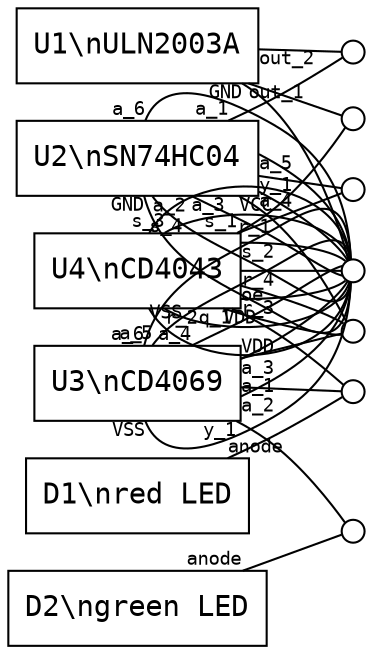
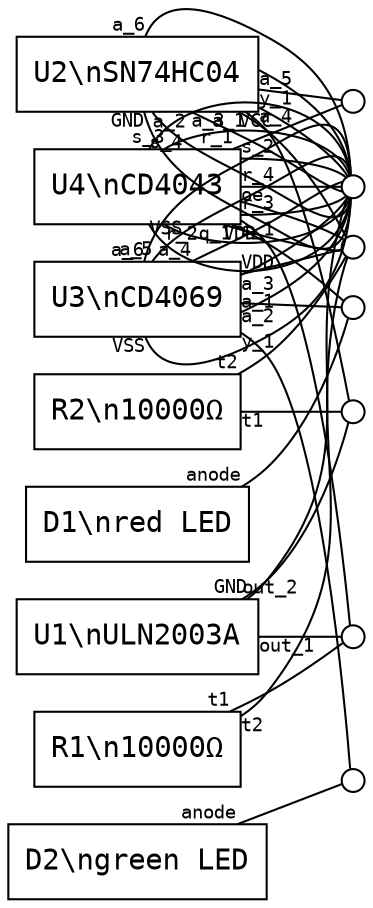
digraph "WaterAlarm" {
  rankdir=LR;
  node [shape=box, fontname="monospace"];
  U1 [label="U1\\nULN2003A"];
  U2 [label="U2\\nSN74HC04"];
  U3 [label="U3\\nCD4069"];
  U4 [label="U4\\nCD4043"];
  D1 [label="D1\\nred LED"];
  D2 [label="D2\\ngreen LED"];
+   R1 [label="R1\\n10000Ω"];
+   R2 [label="R2\\n10000Ω"];
  // Nets
  node [shape=circle, label="", width=0.15, fixedsize=true];
-   gnd; net_20; net_4; net_5; net_6; net_7; vcc;
+   gnd; net_4; net_5; net_6; net_7; net_8; vcc;
  // Edges (component -- net, taillabel = port name)
  edge [arrowhead=none, fontname="monospace", fontsize=9];
-   D1 -> net_5 [taillabel="anode"];
-   D2 -> net_4 [taillabel="anode"];
+   D1 -> net_7 [taillabel="anode"];
+   D2 -> net_6 [taillabel="anode"];
+   R1 -> net_5 [taillabel="t1"];
+   R1 -> vcc [taillabel="t2"];
+   R2 -> net_4 [taillabel="t1"];
+   R2 -> vcc [taillabel="t2"];
  U1 -> gnd [taillabel="GND"];
-   U1 -> net_7 [taillabel="out_1"];
-   U1 -> net_20 [taillabel="out_2"];
+   U1 -> net_5 [taillabel="out_1"];
+   U1 -> net_4 [taillabel="out_2"];
  U2 -> gnd [taillabel="GND"];
  U2 -> vcc [taillabel="VCC"];
-   U2 -> net_20 [taillabel="a_1"];
+   U2 -> net_4 [taillabel="a_1"];
  U2 -> gnd [taillabel="a_2"];
  U2 -> gnd [taillabel="a_3"];
  U2 -> gnd [taillabel="a_4"];
  U2 -> gnd [taillabel="a_5"];
  U2 -> gnd [taillabel="a_6"];
-   U2 -> net_6 [taillabel="y_1"];
+   U2 -> net_8 [taillabel="y_1"];
  U3 -> vcc [taillabel="VDD"];
  U3 -> gnd [taillabel="VSS"];
-   U3 -> net_5 [taillabel="a_1"];
+   U3 -> net_7 [taillabel="a_1"];
  U3 -> gnd [taillabel="a_2"];
  U3 -> gnd [taillabel="a_3"];
  U3 -> gnd [taillabel="a_4"];
  U3 -> gnd [taillabel="a_5"];
  U3 -> gnd [taillabel="a_6"];
-   U3 -> net_4 [taillabel="y_1"];
+   U3 -> net_6 [taillabel="y_1"];
  U4 -> vcc [taillabel="VDD"];
  U4 -> gnd [taillabel="VSS"];
  U4 -> vcc [taillabel="oe"];
-   U4 -> net_5 [taillabel="q_1"];
-   U4 -> net_6 [taillabel="r_1"];
+   U4 -> net_7 [taillabel="q_1"];
+   U4 -> net_8 [taillabel="r_1"];
  U4 -> gnd [taillabel="r_2"];
  U4 -> gnd [taillabel="r_3"];
  U4 -> gnd [taillabel="r_4"];
-   U4 -> net_7 [taillabel="s_1"];
+   U4 -> net_5 [taillabel="s_1"];
  U4 -> gnd [taillabel="s_2"];
  U4 -> gnd [taillabel="s_3"];
  U4 -> gnd [taillabel="s_4"];
}
